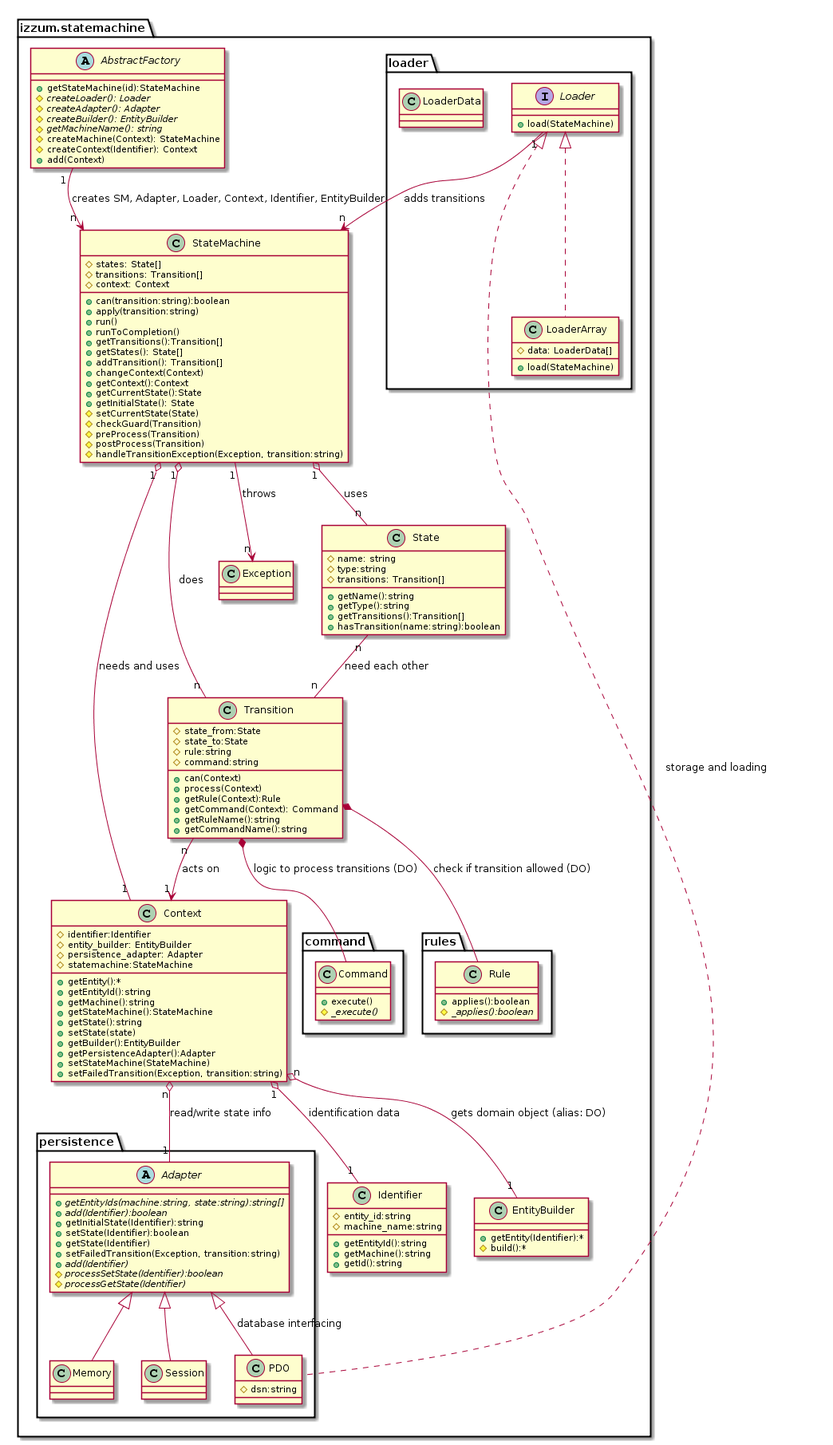
This is assets/images/class-diagram-plantuml.png from rolfvreijdenberger/izzum-statemachine, a PlantUML export, as it was before one commit.
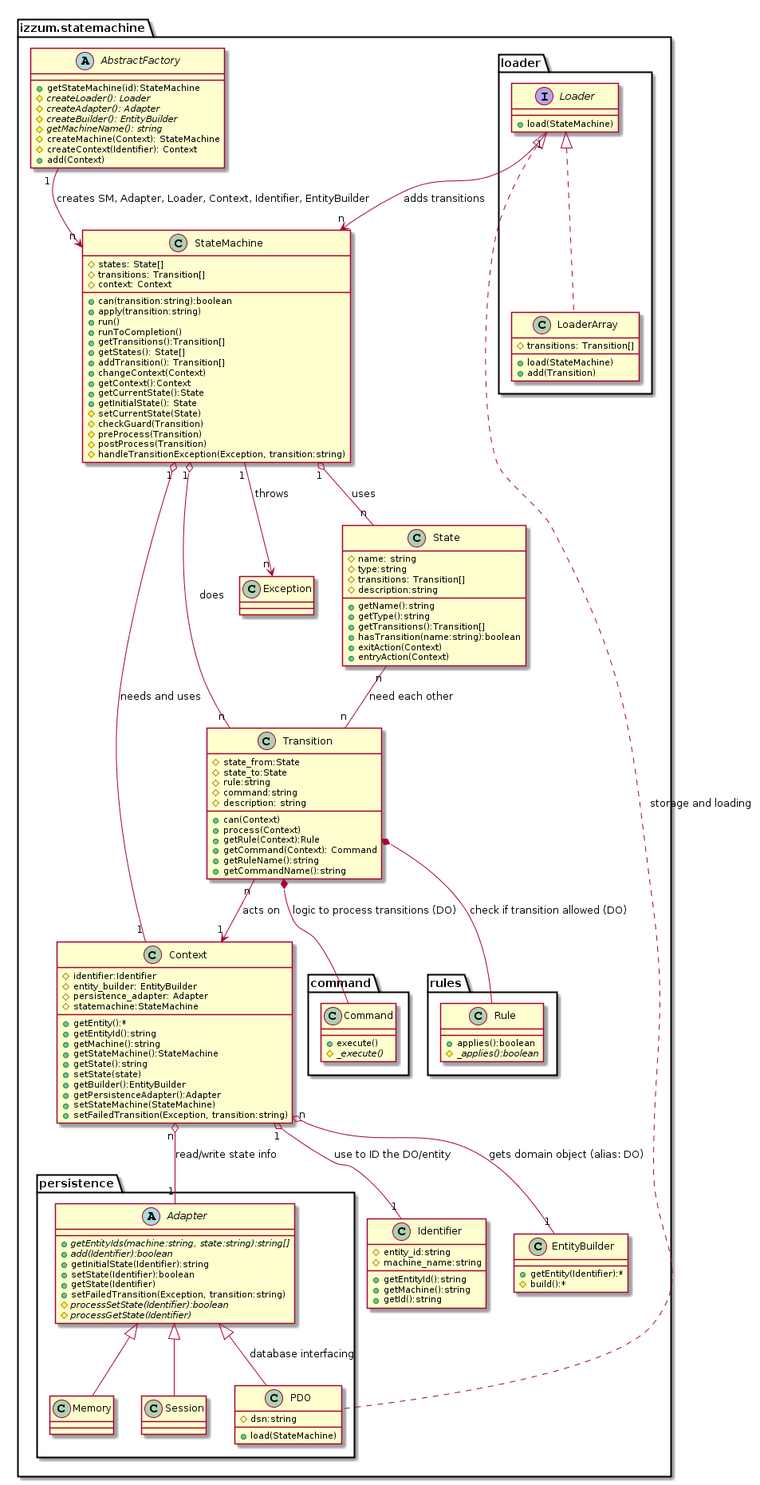
After the change.

Change to the diagram source:
```diff
@@ -26,16 +26,20 @@
         # name: string
         # type:string
         # transitions: Transition[]
+        # description:string
         + getName():string
         + getType():string
         + getTransitions():Transition[]
         + hasTransition(name:string):boolean
+        + exitAction(Context)
+        + entryAction(Context)
     }
     Class Transition {
         # state_from:State
         # state_to:State
         # rule:string
         # command:string
+        # description: string
         + can(Context)
         + process(Context)
         + getRule(Context):Rule
@@ -80,13 +84,13 @@
         + setState(Identifier):boolean
         + getState(Identifier)
         + setFailedTransition(Exception, transition:string)
-        + {abstract} add(Identifier)
         # {abstract} processSetState(Identifier):boolean
         # {abstract} processGetState(Identifier)
       }
 
       Class PDO {
         #dsn:string
+        + load(StateMachine)
       }
 
       Class Memory {
@@ -115,10 +119,9 @@
           +load(StateMachine)
         }
         Class LoaderArray {
-          # data: LoaderData[]
+          # transitions: Transition[]
           + load(StateMachine)
-        }
-        Class LoaderData {
+          + add(Transition)
         }
     }
 
@@ -145,7 +148,7 @@
     StateMachine "1" --> "n" Exception: throws
     Context "n" o-- "1" EntityBuilder : gets domain object (alias: DO)
     Context "n" o-- "1" Adapter : read/write state info
-    Context "1" o-- "1" Identifier : identification data
+    Context "1" o-- "1" Identifier : use to ID the DO/entity
     State "n" -- "n" Transition : need each other
     Adapter <|-- Memory
     Adapter <|-- PDO : database interfacing
```
